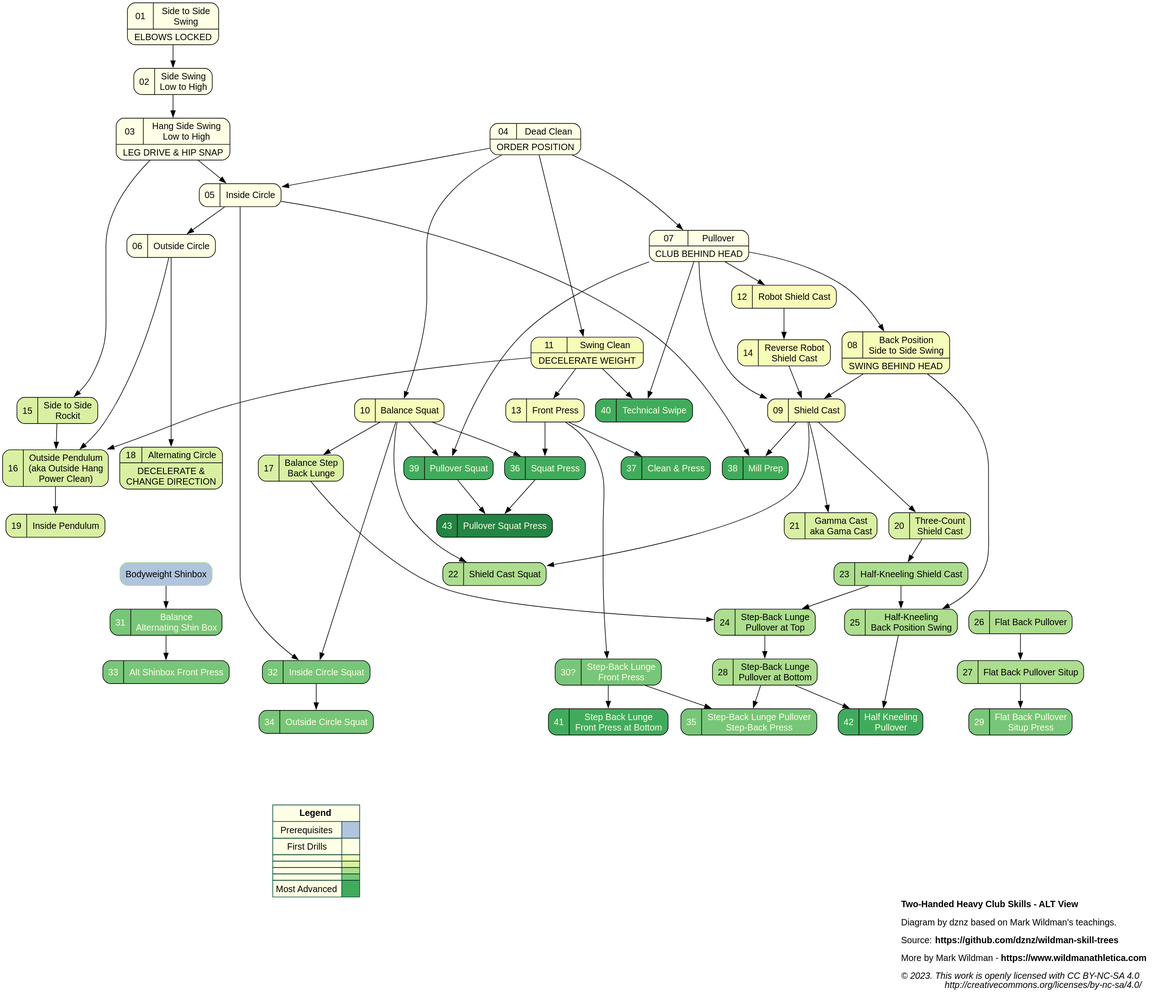
Earlier version of the PlantUML export dist/hc_2h_progression_ALT.svg (dznz/wildman-skill-trees). Its source is kept beside it as src/hc/hc_2h_progression_ALT.puml.
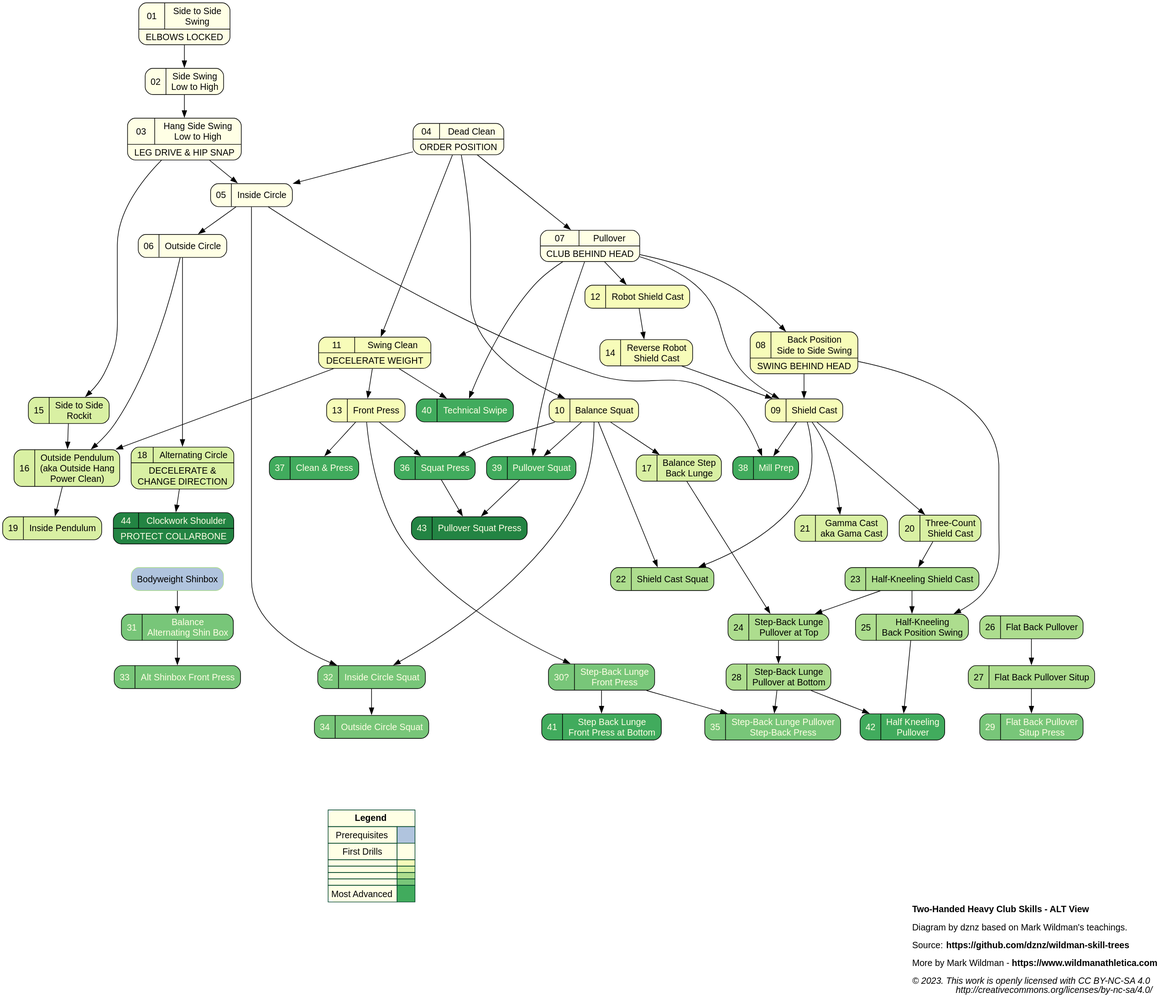
After the commit.

Commit message:
feat(hc_2h_progression): add 2HHC-44

What changed in the source:
```diff
@@ -82,19 +82,20 @@
   subgraph "36-42" {
     node [color=11, fillcolor=6]
     node [fontcolor=1]
-    mov_36_squatpress         [label="{{36|Squat Press}}"                                         URL="https://www.youtube.com/watch?v=6p1niExqXSA"]
-    mov_37_cap                [label="{{37|Clean & Press}}"                                       URL="https://www.youtube.com/watch?v=6kpEYglMJ1c"]
-    mov_38_millprep           [label="{{38|Mill Prep}}"                                           URL="https://www.youtube.com/watch?v=G_OXuFs2bRs"]
-    mov_39_pullsquat          [label="{{39|Pullover Squat}}"                                      URL="https://www.youtube.com/watch?v=3yf3VO2sd-4"];
-    mov_40_swipe              [label="{{40|Technical Swipe}}"                                     URL="https://www.youtube.com/watch?v=nQ7npb0krRg"];
-    mov_41_sblungepress       [label="{{41|Step Back Lunge\nFront Press at Bottom}}"              URL="https://www.youtube.com/watch?v=mf2dOl-QzEs"];
-    mov_42_kneelpull          [label="{{42|Half Kneeling\nPullover}}"                             URL="https://www.youtube.com/watch?v=FhIn5to6NmM"];
+    mov_36_squatpress         [label="{{36|Squat Press}}"                             URL="https://www.youtube.com/watch?v=6p1niExqXSA"]
+    mov_37_cap                [label="{{37|Clean & Press}}"                           URL="https://www.youtube.com/watch?v=6kpEYglMJ1c"]
+    mov_38_millprep           [label="{{38|Mill Prep}}"                               URL="https://www.youtube.com/watch?v=G_OXuFs2bRs"]
+    mov_39_pullsquat          [label="{{39|Pullover Squat}}"                          URL="https://www.youtube.com/watch?v=3yf3VO2sd-4"];
+    mov_40_swipe              [label="{{40|Technical Swipe}}"                         URL="https://www.youtube.com/watch?v=nQ7npb0krRg"];
+    mov_41_sblungepress       [label="{{41|Step Back Lunge\nFront Press at Bottom}}"  URL="https://www.youtube.com/watch?v=mf2dOl-QzEs"];
+    mov_42_kneelpull          [label="{{42|Half Kneeling\nPullover}}"                 URL="https://www.youtube.com/watch?v=FhIn5to6NmM"];
   }
 
   subgraph "43-51" {
     node [color=11, fillcolor=7]
     node [fontcolor=1]
-    mov_43_pullsquatpress     [label="{{43|Pullover Squat Press}}"                                URL="https://www.youtube.com/watch?v=pHjBhj7SHWo"];
+    mov_43_pullsquatpress     [label="{{43|Pullover Squat Press}}"                  URL="https://www.youtube.com/watch?v=pHjBhj7SHWo"];
+    mov_44_clockshoulder      [label="{{44|Clockwork Shoulder}|PROTECT COLLARBONE}" URL="https://www.youtube.com/watch?v=XjaBfgQW1qw"];
   }
 
   // Prerequisite skills
@@ -130,6 +131,7 @@
   label="Circles"
   mov_05_insidecircle -> mov_06_outsidecircle;
   mov_06_outsidecircle -> mov_18_altcircle;
+  mov_18_altcircle -> mov_44_clockshoulder
 }
 
 subgraph custer_cap {
```
